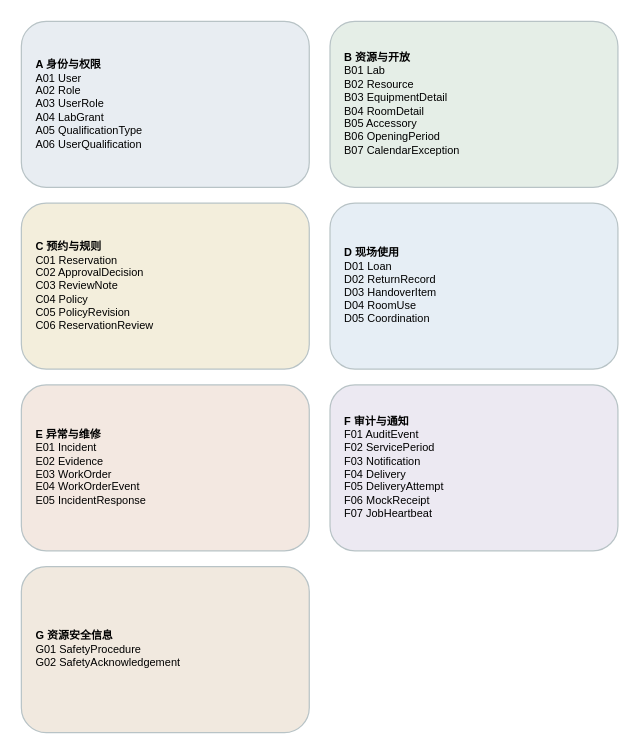
Earlier version of the draw.io diagram models/图形源文件/图D-1-业务数据域导航.drawio (yvming67-gif/campus-lab-equipment-manager). Source tidied: cells renumbered, new cells numbered last; positions are measured from the earlier drawing's top-left corner, leaving out a move shared by most shapes. Both pictures are drawn from the tidied source at 122%, with x=0, y=0 at pixel (21, 21).
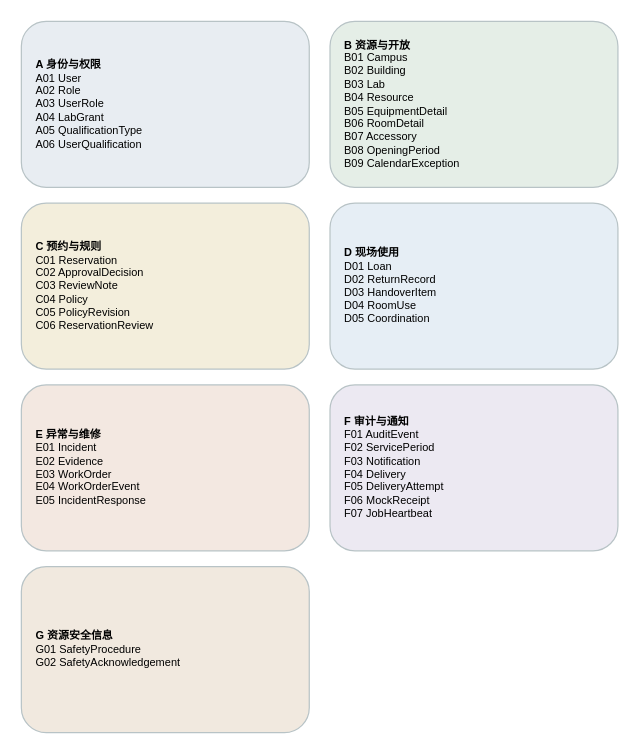
The same page after the edit.

Diff of the diagram source:
```diff
@@
 <mxGraphModel>
   <root>
     <mxCell id="0" />
     <mxCell id="1" parent="0" />
     <mxCell id="2" value="&lt;b&gt;A 身份与权限&lt;/b&gt;&lt;br/&gt;A01 User&lt;br/&gt;A02 Role&lt;br/&gt;A03 UserRole&lt;br/&gt;A04 LabGrant&lt;br/&gt;A05 QualificationType&lt;br/&gt;A06 UserQualification" style="rounded=1;html=1;align=left;spacing=12;fontFamily=Microsoft YaHei;fontSize=9;fillColor=#e8edf2;strokeColor=#b8c3c6;" parent="1" vertex="1">
       <mxGeometry width="236" height="136" as="geometry" />
     </mxCell>
-    <mxCell id="3" value="&lt;b&gt;B 资源与开放&lt;/b&gt;&lt;br/&gt;B01 Lab&lt;br/&gt;B02 Resource&lt;br/&gt;B03 EquipmentDetail&lt;br/&gt;B04 RoomDetail&lt;br/&gt;B05 Accessory&lt;br/&gt;B06 OpeningPeriod&lt;br/&gt;B07 CalendarException" style="rounded=1;html=1;align=left;spacing=12;fontFamily=Microsoft YaHei;fontSize=9;fillColor=#e5eee7;strokeColor=#b8c3c6;" parent="1" vertex="1">
+    <mxCell id="3" value="&lt;b&gt;B 资源与开放&lt;/b&gt;&lt;br/&gt;B01 Campus&lt;br/&gt;B02 Building&lt;br/&gt;B03 Lab&lt;br/&gt;B04 Resource&lt;br/&gt;B05 EquipmentDetail&lt;br/&gt;B06 RoomDetail&lt;br/&gt;B07 Accessory&lt;br/&gt;B08 OpeningPeriod&lt;br/&gt;B09 CalendarException" style="rounded=1;html=1;align=left;spacing=12;fontFamily=Microsoft YaHei;fontSize=9;fillColor=#e5eee7;strokeColor=#b8c3c6;" parent="1" vertex="1">
       <mxGeometry x="253" width="236" height="136" as="geometry" />
     </mxCell>
     <mxCell id="4" value="&lt;b&gt;C 预约与规则&lt;/b&gt;&lt;br/&gt;C01 Reservation&lt;br/&gt;C02 ApprovalDecision&lt;br/&gt;C03 ReviewNote&lt;br/&gt;C04 Policy&lt;br/&gt;C05 PolicyRevision&lt;br/&gt;C06 ReservationReview" style="rounded=1;html=1;align=left;spacing=12;fontFamily=Microsoft YaHei;fontSize=9;fillColor=#f3eedc;strokeColor=#b8c3c6;" parent="1" vertex="1">
       <mxGeometry y="149" width="236" height="136" as="geometry" />
     </mxCell>
     <mxCell id="5" value="&lt;b&gt;D 现场使用&lt;/b&gt;&lt;br/&gt;D01 Loan&lt;br/&gt;D02 ReturnRecord&lt;br/&gt;D03 HandoverItem&lt;br/&gt;D04 RoomUse&lt;br/&gt;D05 Coordination" style="rounded=1;html=1;align=left;spacing=12;fontFamily=Microsoft YaHei;fontSize=9;fillColor=#e6eef5;strokeColor=#b8c3c6;" parent="1" vertex="1">
       <mxGeometry x="253" y="149" width="236" height="136" as="geometry" />
     </mxCell>
     <mxCell id="6" value="&lt;b&gt;E 异常与维修&lt;/b&gt;&lt;br/&gt;E01 Incident&lt;br/&gt;E02 Evidence&lt;br/&gt;E03 WorkOrder&lt;br/&gt;E04 WorkOrderEvent&lt;br/&gt;E05 IncidentResponse" style="rounded=1;html=1;align=left;spacing=12;fontFamily=Microsoft YaHei;fontSize=9;fillColor=#f3e8e1;strokeColor=#b8c3c6;" parent="1" vertex="1">
       <mxGeometry y="298" width="236" height="136" as="geometry" />
     </mxCell>
     <mxCell id="7" value="&lt;b&gt;F 审计与通知&lt;/b&gt;&lt;br/&gt;F01 AuditEvent&lt;br/&gt;F02 ServicePeriod&lt;br/&gt;F03 Notification&lt;br/&gt;F04 Delivery&lt;br/&gt;F05 DeliveryAttempt&lt;br/&gt;F06 MockReceipt&lt;br/&gt;F07 JobHeartbeat" style="rounded=1;html=1;align=left;spacing=12;fontFamily=Microsoft YaHei;fontSize=9;fillColor=#ece9f2;strokeColor=#b8c3c6;" parent="1" vertex="1">
       <mxGeometry x="253" y="298" width="236" height="136" as="geometry" />
     </mxCell>
     <mxCell id="8" value="&lt;b&gt;G 资源安全信息&lt;/b&gt;&lt;br/&gt;G01 SafetyProcedure&lt;br/&gt;G02 SafetyAcknowledgement" style="rounded=1;html=1;align=left;spacing=12;fontFamily=Microsoft YaHei;fontSize=9;fillColor=#f1e9df;strokeColor=#b8c3c6;" parent="1" vertex="1">
       <mxGeometry y="447" width="236" height="136" as="geometry" />
     </mxCell>
   </root>
 </mxGraphModel>
```
